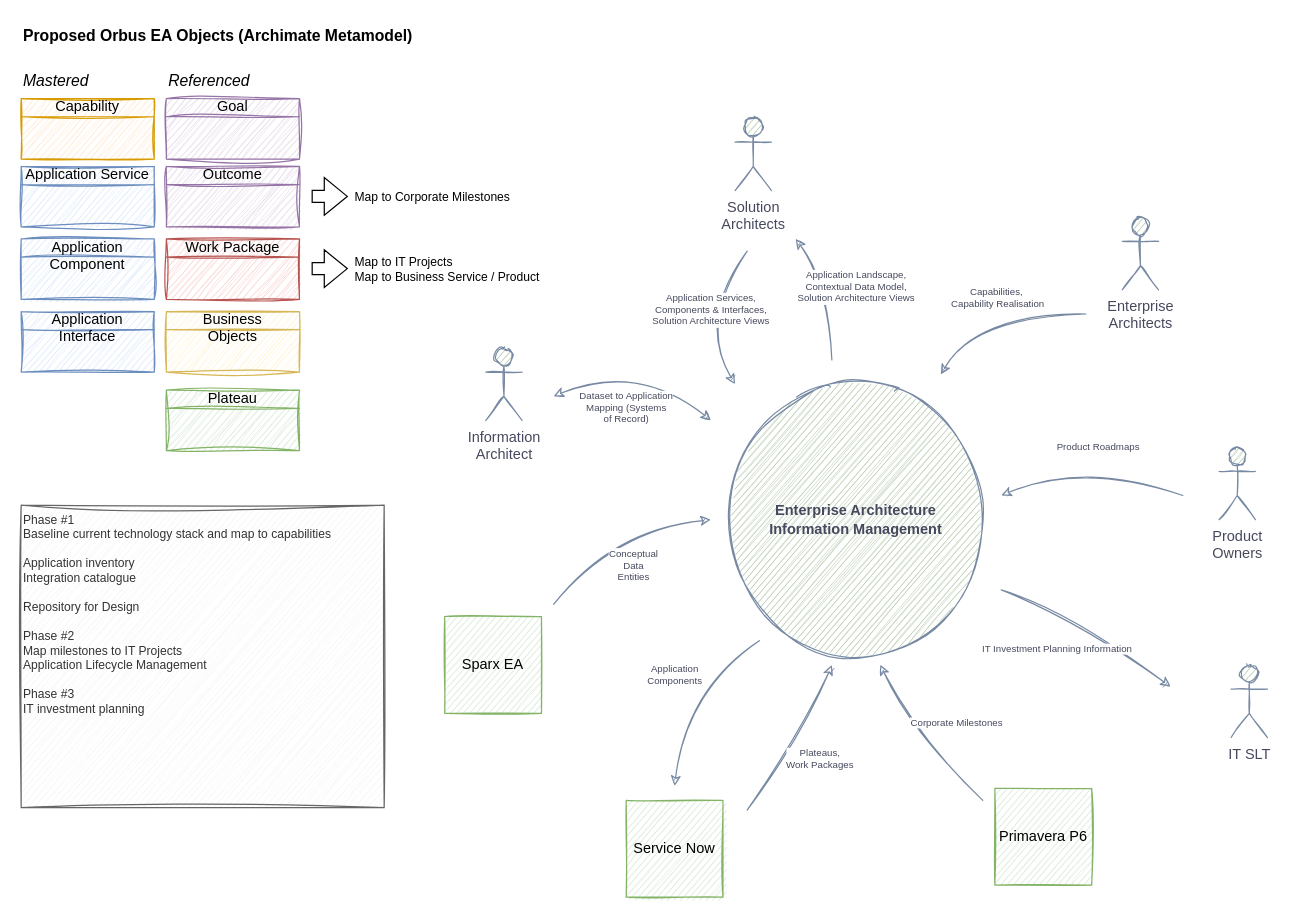
The draw.io diagram page "IT Orbus Context" (2 of 3) of TOM Management.drawio in martinlt/reference, before the edit. Source tidied: cells renumbered, new cells numbered last; positions are measured from the earlier drawing's top-left corner, leaving out a move shared by most shapes. Both pictures are drawn from the tidied source at 121%, with x=0, y=0 at pixel (21, 21).
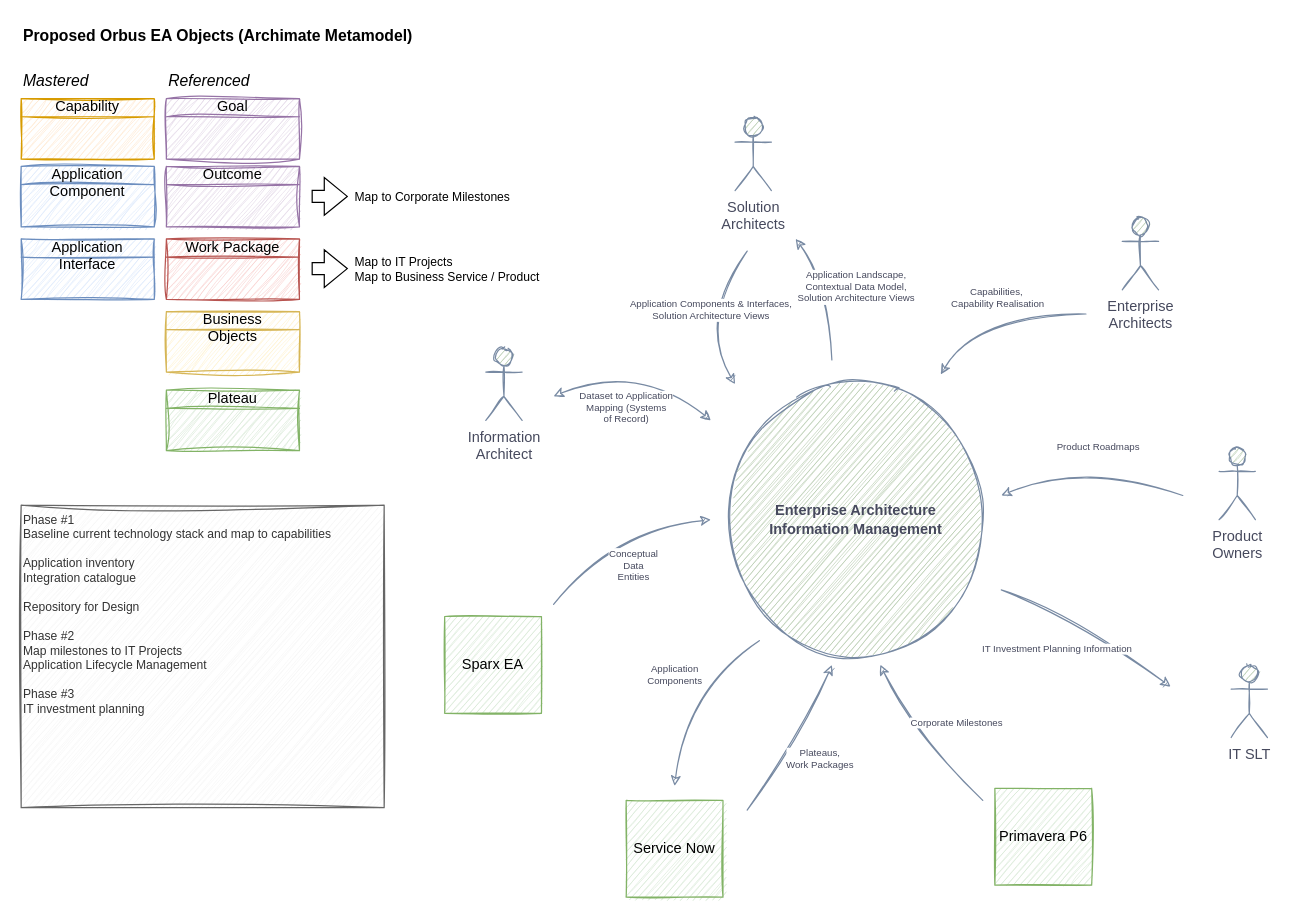
After the change.

Diff of the diagram source:
```diff
@@
-    <mxCell id="12" value="Application Service" style="html=1;whiteSpace=wrap;fillColor=#dae8fc;shape=mxgraph.archimate3.businessObject;overflow=fill;sketch=1;curveFitting=1;jiggle=2;strokeColor=#6c8ebf;" parent="1" vertex="1">
-      <mxGeometry y="120" width="110" height="50" as="geometry" />
-    </mxCell>
@@
     <mxCell id="14" value="Application Component" style="html=1;whiteSpace=wrap;fillColor=#dae8fc;shape=mxgraph.archimate3.businessObject;overflow=fill;sketch=1;curveFitting=1;jiggle=2;strokeColor=#6c8ebf;" parent="1" vertex="1">
-      <mxGeometry y="180" width="110" height="50" as="geometry" />
+      <mxGeometry y="120" width="110" height="50" as="geometry" />
     </mxCell>
@@
     <mxCell id="25" value="Application&lt;br&gt;Interface" style="html=1;whiteSpace=wrap;fillColor=#dae8fc;shape=mxgraph.archimate3.businessObject;overflow=fill;sketch=1;curveFitting=1;jiggle=2;strokeColor=#6c8ebf;" parent="1" vertex="1">
-      <mxGeometry y="240" width="110" height="50" as="geometry" />
+      <mxGeometry y="180" width="110" height="50" as="geometry" />
     </mxCell>
-    <mxCell id="26" value="Application Services, &lt;br&gt;Components &amp;amp; Interfaces,&lt;br&gt;Solution Architecture Views" style="curved=1;endArrow=classic;html=1;rounded=0;startArrow=none;startFill=0;endFill=1;sketch=1;strokeColor=#788AA3;fontColor=#46495D;fontSize=8;" parent="1" edge="1">
+    <mxCell id="26" value="Application&amp;nbsp;Components &amp;amp; Interfaces,&lt;br&gt;Solution Architecture Views" style="curved=1;endArrow=classic;html=1;rounded=0;startArrow=none;startFill=0;endFill=1;sketch=1;strokeColor=#788AA3;fontColor=#46495D;fontSize=8;" parent="1" edge="1">
       <mxGeometry x="-0.11" y="3" relative="1" as="geometry">
         <mxPoint x="600" y="190" as="sourcePoint" />
         <mxPoint x="590" y="300" as="targetPoint" />
         <Array as="points">
           <mxPoint x="560" y="250" />
         </Array>
         <mxPoint y="-1" as="offset" />
       </mxGeometry>
     </mxCell>
```
